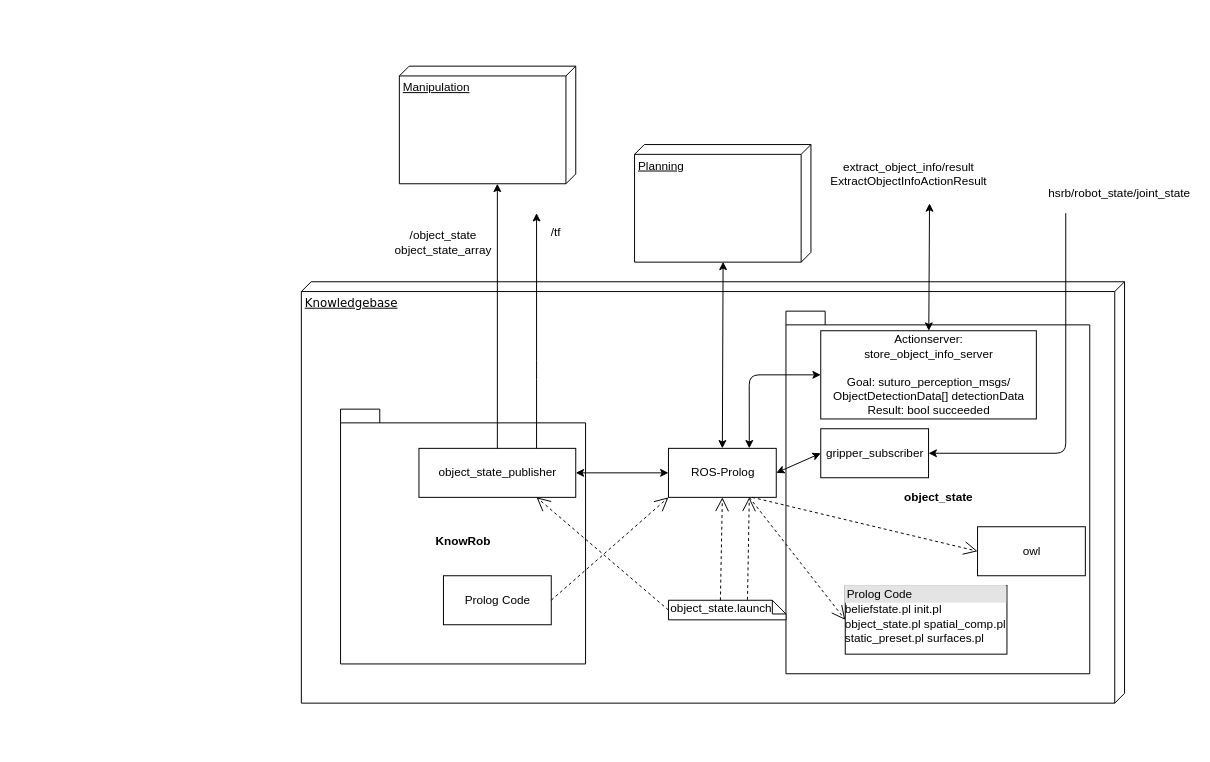
Earlier version of the draw.io diagram architecture/knowledge_architecture/knowledge.drawio (SUTURO/suturo_resources). Source tidied: cells renumbered, new cells numbered last; positions are measured from the earlier drawing's top-left corner, leaving out a move shared by most shapes. Both pictures are drawn from the tidied source at 98%, with x=0, y=0 at pixel (301, 66).
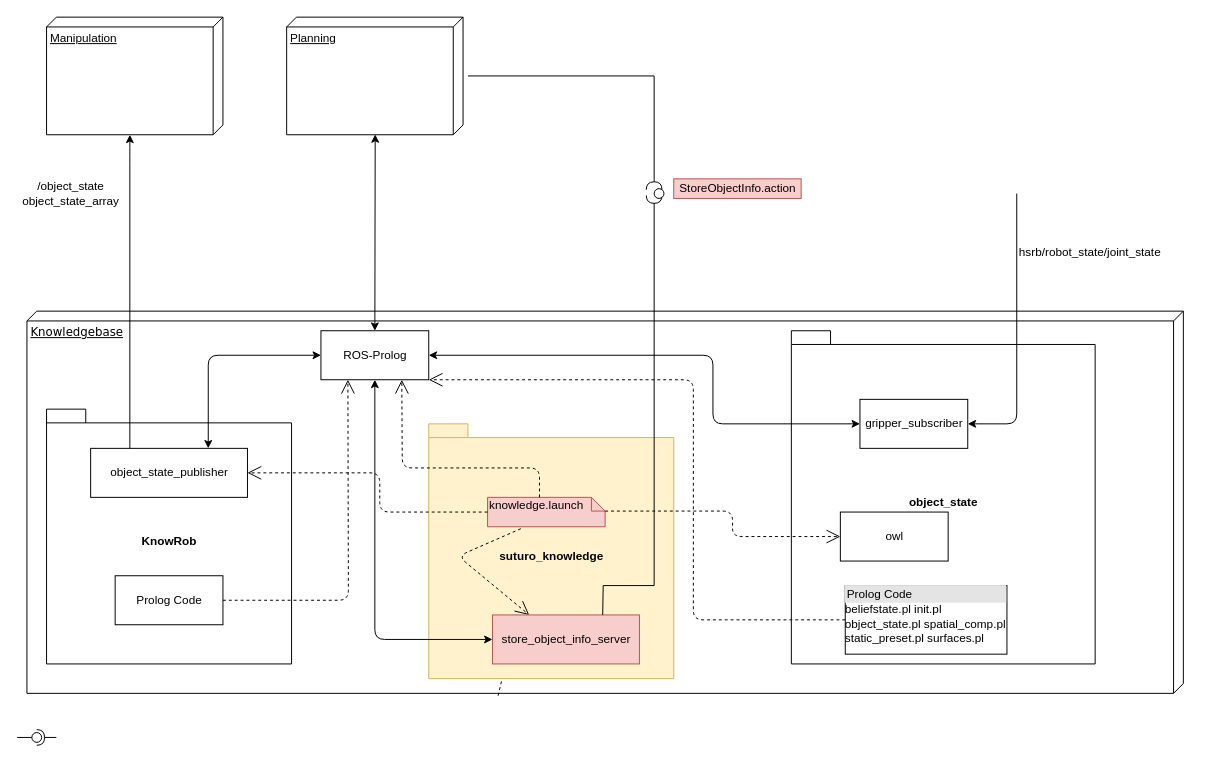
The same diagram, later.

Commit message (it also covers changes not shown here):
update knowledge architecture

The change refers to these unchanged cells:
```xml
<mxCell id="19" value="&lt;div style=&quot;box-sizing: border-box ; width: 100% ; background: #e4e4e4 ; padding: 2px&quot;&gt;Prolog Code&lt;/div&gt;beliefstate.pl init.pl&lt;br&gt;object_state.pl spatial_comp.pl&lt;br&gt;static_preset.pl surfaces.pl" style="verticalAlign=top;align=left;overflow=fill;html=1;" parent="1" vertex="1">
  <mxGeometry x="555" y="530" width="165" height="70" as="geometry" />
</mxCell>
```

Change to the diagram source:
```diff
@@
     <mxCell id="2" value="Knowledgebase" style="verticalAlign=top;align=left;spacingTop=8;spacingLeft=2;spacingRight=12;shape=cube;size=10;direction=south;fontStyle=4;html=1;rounded=0;shadow=0;comic=0;labelBackgroundColor=none;strokeWidth=1;fontFamily=Verdana;fontSize=12;" parent="1" vertex="1">
-      <mxGeometry y="220" width="840" height="430" as="geometry" />
+      <mxGeometry x="-280" y="250" width="1180" height="390" as="geometry" />
     </mxCell>
+    <mxCell id="33" style="endArrow=open;endSize=12;dashed=1;html=1;exitX=0.283;exitY=1.067;exitDx=0;exitDy=0;exitPerimeter=0;entryX=0.147;entryY=0;entryDx=0;entryDy=0;entryPerimeter=0;" parent="1" edge="1" source="34" target="15">
+      <mxGeometry x="0.27" y="39" relative="1" as="geometry">
+        <Array as="points">
+          <mxPoint x="253" y="420" />
+          <mxPoint x="200" y="520" />
+        </Array>
+      </mxGeometry>
+    </mxCell>
+    <mxCell id="34" value="suturo_knowledge" style="shape=folder;fontStyle=1;spacingTop=10;tabWidth=40;tabHeight=14;tabPosition=left;html=1;fillColor=#fff2cc;strokeColor=#d6b656;" parent="1" vertex="1">
+      <mxGeometry x="130" y="365" width="250" height="260" as="geometry" />
+    </mxCell>
+    <mxCell id="35" style="endArrow=open;endSize=12;dashed=1;html=1;exitX=0.283;exitY=1.067;exitDx=0;exitDy=0;exitPerimeter=0;entryX=0.25;entryY=0;entryDx=0;entryDy=0;" parent="1" edge="1" source="18" target="15">
+      <mxGeometry x="0.27" y="39" relative="1" as="geometry">
+        <Array as="points">
+          <mxPoint x="160" y="500" />
+        </Array>
+      </mxGeometry>
+    </mxCell>
     <mxCell id="3" value="ROS-Prolog" style="html=1;" parent="1" vertex="1">
-      <mxGeometry x="374.6" y="390" width="110" height="50" as="geometry" />
+      <mxGeometry x="20" y="270" width="110" height="50" as="geometry" />
     </mxCell>
     <mxCell id="4" value="KnowRob&lt;br&gt;" style="shape=folder;fontStyle=1;spacingTop=10;tabWidth=40;tabHeight=14;tabPosition=left;html=1;" parent="1" vertex="1">
-      <mxGeometry x="40" y="350" width="250" height="260" as="geometry" />
+      <mxGeometry x="-260" y="350" width="250" height="260" as="geometry" />
     </mxCell>
     <mxCell id="5" value="object_state_publisher" style="html=1;" parent="1" vertex="1">
-      <mxGeometry x="120" y="390" width="160" height="50" as="geometry" />
+      <mxGeometry x="-215" y="390" width="160" height="50" as="geometry" />
     </mxCell>
-    <mxCell id="6" style="endArrow=classic;html=1;exitX=0.75;exitY=0;exitDx=0;exitDy=0;" parent="1" edge="1" source="5">
+    <mxCell id="6" style="endArrow=classic;html=1;exitX=0.25;exitY=0;exitDx=0;exitDy=0;" parent="1" edge="1" source="5">
       <mxGeometry relative="1" as="geometry">
-        <mxPoint x="240" y="150" as="targetPoint" />
+        <mxPoint x="-175" y="70" as="targetPoint" />
         <Array as="points">
-          <mxPoint x="240" y="310" />
+          <mxPoint x="-175" y="90" />
         </Array>
       </mxGeometry>
     </mxCell>
-    <mxCell id="7" value="/tf" style="text;html=1;strokeColor=none;fillColor=none;align=center;verticalAlign=middle;whiteSpace=wrap;rounded=0;" parent="1" vertex="1">
-      <mxGeometry x="240" y="160" width="40" height="20" as="geometry" />
-    </mxCell>
-    <mxCell id="8" style="endArrow=classic;html=1;exitX=0.5;exitY=0;exitDx=0;exitDy=0;" parent="1" edge="1" source="5">
-      <mxGeometry relative="1" as="geometry">
-        <mxPoint x="200" y="120" as="targetPoint" />
-      </mxGeometry>
-    </mxCell>
     <mxCell id="9" value="/object_state&lt;br&gt;object_state_array" style="text;html=1;strokeColor=none;fillColor=none;align=center;verticalAlign=middle;whiteSpace=wrap;rounded=0;" parent="1" vertex="1">
-      <mxGeometry x="90" y="170" width="110" height="20" as="geometry" />
+      <mxGeometry x="-290" y="120" width="110" height="20" as="geometry" />
     </mxCell>
     <mxCell id="10" value="Manipulation" style="verticalAlign=top;align=left;spacingTop=8;spacingLeft=2;spacingRight=12;shape=cube;size=10;direction=south;fontStyle=4;html=1;" parent="1" vertex="1">
-      <mxGeometry x="100" width="180" height="120" as="geometry" />
+      <mxGeometry x="-260" y="-50" width="180" height="120" as="geometry" />
     </mxCell>
     <mxCell id="11" value="Planning" style="verticalAlign=top;align=left;spacingTop=8;spacingLeft=2;spacingRight=12;shape=cube;size=10;direction=south;fontStyle=4;html=1;" parent="1" vertex="1">
-      <mxGeometry x="340" y="80" width="180" height="120" as="geometry" />
+      <mxGeometry x="-15" y="-50" width="180" height="120" as="geometry" />
     </mxCell>
@@
-    <mxCell id="13" style="endArrow=classic;startArrow=classic;html=1;entryX=0;entryY=0.5;entryDx=0;entryDy=0;exitX=1;exitY=0.5;exitDx=0;exitDy=0;" parent="1" edge="1" source="5" target="3">
-      <mxGeometry relative="1" as="geometry" />
+    <mxCell id="13" style="endArrow=classic;startArrow=classic;html=1;entryX=0;entryY=0.5;entryDx=0;entryDy=0;exitX=0.75;exitY=0;exitDx=0;exitDy=0;" parent="1" edge="1" source="5" target="3">
+      <mxGeometry relative="1" as="geometry">
+        <Array as="points">
+          <mxPoint x="-95" y="295" />
+        </Array>
+      </mxGeometry>
     </mxCell>
     <mxCell id="14" value="object_state" style="shape=folder;fontStyle=1;spacingTop=10;tabWidth=40;tabHeight=14;tabPosition=left;html=1;" parent="1" vertex="1">
-      <mxGeometry x="494.5" y="250" width="310" height="370" as="geometry" />
+      <mxGeometry x="500" y="270" width="310" height="340" as="geometry" />
     </mxCell>
-    <mxCell id="15" value="&lt;div&gt;Actionserver:&lt;/div&gt;&lt;div&gt;&lt;span class=&quot;blob-code-inner blob-code-marker&quot;&gt;&lt;span class=&quot;pl-s&quot;&gt;&lt;span class=&quot;pl-pds&quot;&gt;&lt;/span&gt;store_object_info_server&lt;span class=&quot;pl-pds&quot;&gt;&lt;br&gt;&lt;/span&gt;&lt;/span&gt;&lt;/span&gt;&lt;/div&gt;&lt;div&gt;&lt;br&gt;&lt;/div&gt;&lt;div&gt;Goal: suturo_perception_msgs/&lt;/div&gt;&lt;div&gt;ObjectDetectionData[] detectionData&lt;br&gt;&lt;span class=&quot;blob-code-inner blob-code-marker&quot;&gt;&lt;span class=&quot;pl-s&quot;&gt;&lt;span class=&quot;pl-pds&quot;&gt;&lt;/span&gt;&lt;/span&gt;&lt;/span&gt;&lt;/div&gt;Result: bool succeeded" style="html=1;" parent="1" vertex="1">
-      <mxGeometry x="530" y="270" width="220" height="90" as="geometry" />
+    <mxCell id="15" value="store_object_info_server" style="html=1;fillColor=#f8cecc;strokeColor=#b85450;" parent="1" vertex="1">
+      <mxGeometry x="195" y="560" width="150" height="50" as="geometry" />
     </mxCell>
-    <mxCell id="16" style="endArrow=classic;html=1;startArrow=classic;startFill=1;" parent="1" edge="1" target="15">
-      <mxGeometry relative="1" as="geometry">
-        <mxPoint x="641" y="140" as="sourcePoint" />
-      </mxGeometry>
-    </mxCell>
-    <mxCell id="17" style="endArrow=classic;startArrow=classic;html=1;entryX=0;entryY=0.5;entryDx=0;entryDy=0;exitX=0.75;exitY=0;exitDx=0;exitDy=0;" parent="1" edge="1" source="3" target="15">
+    <mxCell id="17" style="endArrow=classic;startArrow=classic;html=1;entryX=0;entryY=0.5;entryDx=0;entryDy=0;exitX=0.5;exitY=1;exitDx=0;exitDy=0;" parent="1" edge="1" source="3" target="15">
       <mxGeometry relative="1" as="geometry">
         <Array as="points">
-          <mxPoint x="457" y="315" />
+          <mxPoint x="75" y="585" />
         </Array>
       </mxGeometry>
     </mxCell>
-    <mxCell id="18" value="object_state.launch" style="shape=note;whiteSpace=wrap;html=1;size=14;verticalAlign=top;align=left;spacingTop=-6;" parent="1" vertex="1">
-      <mxGeometry x="374.6" y="545" width="120" height="20" as="geometry" />
+    <mxCell id="18" value="knowledge.launch" style="shape=note;whiteSpace=wrap;html=1;size=14;verticalAlign=top;align=left;spacingTop=-6;fillColor=#f8cecc;strokeColor=#b85450;" parent="1" vertex="1">
+      <mxGeometry x="190" y="440" width="120" height="30" as="geometry" />
     </mxCell>
@@
-    <mxCell id="20" style="endArrow=open;endSize=12;dashed=1;html=1;entryX=0.75;entryY=1;entryDx=0;entryDy=0;exitX=0;exitY=0.5;exitDx=0;exitDy=0;exitPerimeter=0;" parent="1" edge="1" source="18" target="5">
-      <mxGeometry x="-0.29" y="-43" relative="1" as="geometry" />
+    <mxCell id="20" style="endArrow=open;endSize=12;dashed=1;html=1;entryX=1;entryY=0.5;entryDx=0;entryDy=0;exitX=0;exitY=0.5;exitDx=0;exitDy=0;exitPerimeter=0;" parent="1" edge="1" source="18" target="5">
+      <mxGeometry x="-0.29" y="-43" relative="1" as="geometry">
+        <Array as="points">
+          <mxPoint x="80" y="455" />
+          <mxPoint x="80" y="415" />
+        </Array>
+      </mxGeometry>
     </mxCell>
-    <mxCell id="21" style="endArrow=open;endSize=12;dashed=1;html=1;entryX=0.5;entryY=1;entryDx=0;entryDy=0;exitX=0;exitY=0;exitDx=53;exitDy=0;exitPerimeter=0;" parent="1" edge="1" source="18" target="3">
-      <mxGeometry x="0.27" y="39" relative="1" as="geometry" />
+    <mxCell id="21" style="endArrow=open;endSize=12;dashed=1;html=1;exitX=0;exitY=0;exitDx=53;exitDy=0;exitPerimeter=0;entryX=0.75;entryY=1;entryDx=0;entryDy=0;" parent="1" edge="1" source="18" target="3">
+      <mxGeometry x="0.27" y="39" relative="1" as="geometry">
+        <Array as="points">
+          <mxPoint x="243" y="410" />
+          <mxPoint x="103" y="410" />
+        </Array>
+      </mxGeometry>
     </mxCell>
     <mxCell id="22" value="gripper_subscriber" style="html=1;" parent="1" vertex="1">
-      <mxGeometry x="530" y="370" width="110" height="50" as="geometry" />
+      <mxGeometry x="570" y="340" width="110" height="50" as="geometry" />
     </mxCell>
     <mxCell id="23" style="endArrow=classic;startArrow=classic;html=1;entryX=0;entryY=0.5;entryDx=0;entryDy=0;exitX=1;exitY=0.5;exitDx=0;exitDy=0;" parent="1" edge="1" source="3" target="22">
-      <mxGeometry relative="1" as="geometry" />
+      <mxGeometry relative="1" as="geometry">
+        <Array as="points">
+          <mxPoint x="420" y="295" />
+          <mxPoint x="420" y="365" />
+        </Array>
+      </mxGeometry>
     </mxCell>
     <mxCell id="24" style="endArrow=classic;html=1;entryX=1;entryY=0.5;entryDx=0;entryDy=0;" parent="1" edge="1" target="22">
       <mxGeometry relative="1" as="geometry">
-        <mxPoint x="780" y="150" as="sourcePoint" />
+        <mxPoint x="730" y="130" as="sourcePoint" />
         <Array as="points">
-          <mxPoint x="780" y="395" />
+          <mxPoint x="730" y="365" />
         </Array>
       </mxGeometry>
     </mxCell>
-    <mxCell id="25" style="endArrow=open;endSize=12;dashed=1;html=1;entryX=0.75;entryY=1;entryDx=0;entryDy=0;exitX=0.672;exitY=-0.026;exitDx=0;exitDy=0;exitPerimeter=0;" parent="1" edge="1" source="18" target="3">
-      <mxGeometry x="-1" y="-130" relative="1" as="geometry">
-        <mxPoint x="-95" y="123" as="offset" />
-      </mxGeometry>
-    </mxCell>
-    <mxCell id="26" style="endArrow=open;endSize=12;dashed=1;html=1;exitX=0.75;exitY=1;exitDx=0;exitDy=0;entryX=0;entryY=0.5;entryDx=0;entryDy=0;" parent="1" edge="1" source="3" target="19">
-      <mxGeometry x="-1" y="-335" relative="1" as="geometry">
-        <mxPoint x="146" y="261" as="offset" />
-      </mxGeometry>
-    </mxCell>
     <mxCell id="27" value="owl" style="html=1;" parent="1" vertex="1">
-      <mxGeometry x="690" y="470" width="110" height="50" as="geometry" />
+      <mxGeometry x="550" y="455" width="110" height="50" as="geometry" />
     </mxCell>
-    <mxCell id="28" style="endArrow=open;endSize=12;dashed=1;html=1;entryX=0;entryY=0.5;entryDx=0;entryDy=0;" parent="1" edge="1" target="27">
+    <mxCell id="28" style="endArrow=open;endSize=12;dashed=1;html=1;entryX=0;entryY=0.5;entryDx=0;entryDy=0;exitX=0;exitY=0;exitDx=120;exitDy=14;exitPerimeter=0;" parent="1" edge="1" source="18" target="27">
       <mxGeometry x="1" y="220" relative="1" as="geometry">
-        <mxPoint x="460" y="440" as="sourcePoint" />
+        <Array as="points">
+          <mxPoint x="440" y="454" />
+          <mxPoint x="440" y="480" />
+        </Array>
         <mxPoint x="169" y="214" as="offset" />
       </mxGeometry>
     </mxCell>
     <mxCell id="29" value="Prolog Code" style="html=1;" parent="1" vertex="1">
-      <mxGeometry x="145" y="520" width="110" height="50" as="geometry" />
+      <mxGeometry x="-190" y="520" width="110" height="50" as="geometry" />
     </mxCell>
-    <mxCell id="30" style="endArrow=open;endSize=12;dashed=1;html=1;entryX=0;entryY=1;entryDx=0;entryDy=0;exitX=1;exitY=0.5;exitDx=0;exitDy=0;" parent="1" edge="1" source="29" target="3">
-      <mxGeometry x="-0.91" y="-170" relative="1" as="geometry" />
+    <mxCell id="30" style="endArrow=open;endSize=12;dashed=1;html=1;entryX=0.25;entryY=1;entryDx=0;entryDy=0;exitX=1;exitY=0.5;exitDx=0;exitDy=0;" parent="1" edge="1" source="29" target="3">
+      <mxGeometry x="-0.91" y="-170" relative="1" as="geometry">
+        <Array as="points">
+          <mxPoint x="48" y="545" />
+        </Array>
+      </mxGeometry>
     </mxCell>
     <mxCell id="31" value="hsrb/robot_state/joint_state" style="text;html=1;strokeColor=none;fillColor=none;align=center;verticalAlign=middle;whiteSpace=wrap;rounded=0;" parent="1" vertex="1">
-      <mxGeometry x="760" y="120" width="150" height="20" as="geometry" />
+      <mxGeometry x="730" y="180" width="150" height="20" as="geometry" />
     </mxCell>
-    <mxCell id="32" value="extract_object_info/result&lt;br&gt;ExtractObjectInfoActionResult" style="text;html=1;strokeColor=none;fillColor=none;align=center;verticalAlign=middle;whiteSpace=wrap;rounded=0;" parent="1" vertex="1">
-      <mxGeometry x="550" y="100" width="140" height="20" as="geometry" />
-    </mxCell>
+    <mxCell id="36" style="endArrow=open;endSize=12;dashed=1;html=1;entryX=1;entryY=1;entryDx=0;entryDy=0;exitX=0;exitY=0.5;exitDx=0;exitDy=0;" parent="1" edge="1" source="19" target="3">
+      <mxGeometry x="-0.91" y="-170" relative="1" as="geometry">
+        <Array as="points">
+          <mxPoint x="400" y="565" />
+          <mxPoint x="400" y="320" />
+        </Array>
+      </mxGeometry>
+    </mxCell>
+    <mxCell id="37" style="rounded=0;jettySize=auto;html=1;endArrow=halfCircle;endFill=0;endSize=6;strokeWidth=1;exitX=0.75;exitY=0;exitDx=0;exitDy=0;entryX=0;entryY=0.7;entryDx=0;entryDy=0;entryPerimeter=0;" parent="1" edge="1" source="15" target="42">
+      <mxGeometry relative="1" as="geometry">
+        <Array as="points">
+          <mxPoint x="308" y="530" />
+          <mxPoint x="360" y="530" />
+        </Array>
+      </mxGeometry>
+    </mxCell>
+    <mxCell id="38" style="rounded=0;jettySize=auto;html=1;endArrow=none;endFill=0;" parent="1" edge="1" target="40">
+      <mxGeometry relative="1" as="geometry">
+        <mxPoint x="-290" y="685" as="sourcePoint" />
+      </mxGeometry>
+    </mxCell>
+    <mxCell id="39" style="rounded=0;jettySize=auto;html=1;endArrow=halfCircle;endFill=0;entryX=0.5;entryY=0.5;entryDx=0;entryDy=0;endSize=6;strokeWidth=1;" parent="1" edge="1" target="40">
+      <mxGeometry relative="1" as="geometry">
+        <mxPoint x="-250" y="685" as="sourcePoint" />
+      </mxGeometry>
+    </mxCell>
+    <mxCell id="40" style="ellipse;whiteSpace=wrap;html=1;fontFamily=Helvetica;fontSize=12;fontColor=#000000;align=center;strokeColor=#000000;fillColor=#ffffff;points=[];" parent="1" vertex="1">
+      <mxGeometry x="-275" y="680" width="10" height="10" as="geometry" />
+    </mxCell>
+    <mxCell id="41" style="rounded=0;jettySize=auto;html=1;endArrow=halfCircle;endFill=0;entryX=0;entryY=0.1;entryDx=0;entryDy=0;endSize=6;strokeWidth=1;entryPerimeter=0;" parent="1" edge="1" target="42">
+      <mxGeometry relative="1" as="geometry">
+        <mxPoint x="170" y="10" as="sourcePoint" />
+        <Array as="points">
+          <mxPoint x="360" y="10" />
+        </Array>
+      </mxGeometry>
+    </mxCell>
+    <mxCell id="42" style="ellipse;whiteSpace=wrap;html=1;fontFamily=Helvetica;fontSize=12;fontColor=#000000;align=center;strokeColor=#000000;fillColor=#ffffff;points=[];" parent="1" vertex="1">
+      <mxGeometry x="360" y="125" width="10" height="10" as="geometry" />
+    </mxCell>
+    <mxCell id="43" value="StoreObjectInfo.action" style="text;html=1;align=center;verticalAlign=middle;fillColor=#f8cecc;strokeColor=#b85450;" parent="1" vertex="1">
+      <mxGeometry x="380" y="115" width="130" height="20" as="geometry" />
+    </mxCell>
```
